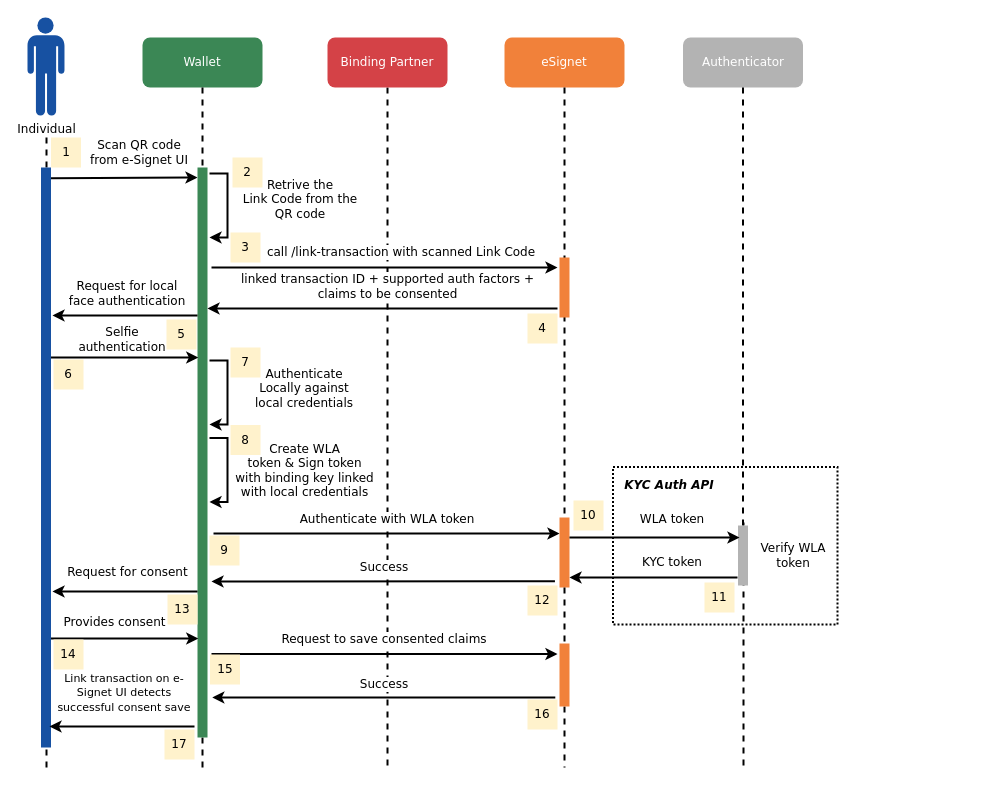
Before: page "wallet-authentication" (4 of 6) of docs/_files/activity-diagrams.drawio in mosip/documentation, a draw.io diagram. Source tidied: cells renumbered, new cells numbered last; positions are measured from the earlier drawing's top-left corner, leaving out a move shared by most shapes. Both pictures are drawn from the tidied source at 100%, with x=0, y=0 at pixel (27, 17).
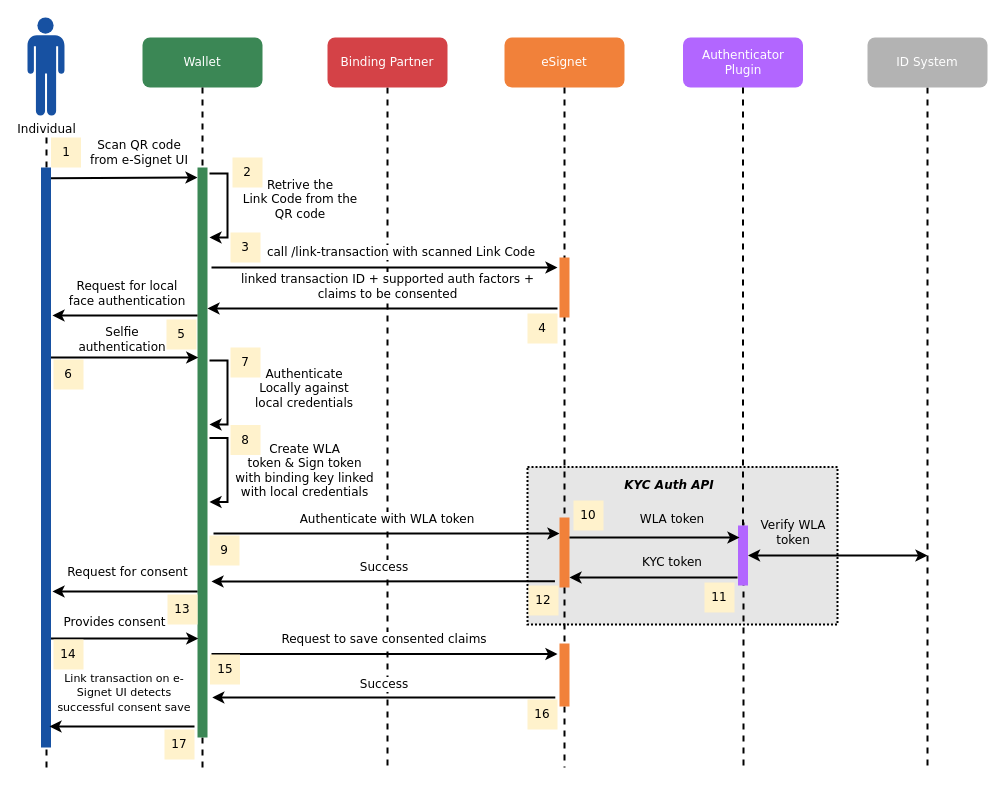
The same page after the edit.

Change to the diagram source:
```diff
@@
+    <mxCell id="7" value="&lt;font color=&quot;#ffffff&quot;&gt;Authenticator Plugin&lt;br&gt;&lt;/font&gt;" style="rounded=1;whiteSpace=wrap;html=1;fillColor=#B266FF;strokeColor=none;fontFamily=Verdana;gradientColor=none;" parent="1" vertex="1">
+      <mxGeometry x="655.5" y="20" width="120" height="50" as="geometry" />
+    </mxCell>
+    <mxCell id="74" style="rounded=0;whiteSpace=wrap;html=1;fontFamily=Verdana;fontColor=#000000;fillColor=#E6E6E6;dashed=1;strokeWidth=2;dashPattern=1 1;" parent="1" vertex="1">
+      <mxGeometry x="500" y="449.5" width="310" height="157.5" as="geometry" />
+    </mxCell>
@@
-    <mxCell id="7" value="&lt;font color=&quot;#ffffff&quot;&gt;Authenticator&lt;br&gt;&lt;/font&gt;" style="rounded=1;whiteSpace=wrap;html=1;fillColor=#B3B3B3;strokeColor=none;fontFamily=Verdana;gradientColor=none;" parent="1" vertex="1">
-      <mxGeometry x="655.5" y="20" width="120" height="50" as="geometry" />
-    </mxCell>
@@
+    <mxCell id="76" style="edgeStyle=orthogonalEdgeStyle;rounded=0;jettySize=auto;html=1;exitX=1;exitY=0.5;exitDx=0;exitDy=0;startArrow=classic;startFill=1;strokeWidth=2;" parent="1" edge="1" source="25">
+      <mxGeometry relative="1" as="geometry">
+        <mxPoint x="900" y="538" as="targetPoint" />
+      </mxGeometry>
+    </mxCell>
-    <mxCell id="25" style="rounded=0;whiteSpace=wrap;html=1;fontFamily=Verdana;fontColor=#FFFFFF;fillColor=#B3B3B3;strokeColor=none;" parent="1" vertex="1">
+    <mxCell id="25" style="rounded=0;whiteSpace=wrap;html=1;fontFamily=Verdana;fontColor=#FFFFFF;fillColor=#B266FF;strokeColor=none;" parent="1" vertex="1">
       <mxGeometry x="710.5" y="508" width="10" height="60" as="geometry" />
     </mxCell>
@@
     <mxCell id="66" value="12" style="text;html=1;strokeColor=none;fillColor=#fff2cc;align=center;verticalAlign=middle;whiteSpace=wrap;rounded=0;dashed=1;strokeWidth=2;fontFamily=Verdana;" parent="1" vertex="1">
-      <mxGeometry x="500" y="568" width="30" height="30" as="geometry" />
+      <mxGeometry x="501" y="568" width="30" height="30" as="geometry" />
     </mxCell>
@@
-    <mxCell id="74" style="rounded=0;whiteSpace=wrap;html=1;fontFamily=Verdana;fontColor=#000000;fillColor=none;dashed=1;strokeWidth=2;dashPattern=1 1;" parent="1" vertex="1">
-      <mxGeometry x="585.5" y="449.5" width="224.5" height="157.5" as="geometry" />
-    </mxCell>
     <mxCell id="75" value="&lt;font color=&quot;#000000&quot;&gt;Verify WLA token&lt;/font&gt;" style="text;html=1;strokeColor=none;fillColor=none;align=center;verticalAlign=middle;whiteSpace=wrap;rounded=0;fontFamily=Verdana;fontColor=#FFFFFF;" parent="1" vertex="1">
-      <mxGeometry x="720.5" y="523" width="90" height="30" as="geometry" />
+      <mxGeometry x="720.5" y="500" width="90" height="30" as="geometry" />
     </mxCell>
+    <mxCell id="77" style="edgeStyle=orthogonalEdgeStyle;rounded=0;jettySize=auto;html=1;dashed=1;strokeWidth=2;endArrow=none;endFill=0;" parent="1" edge="1" source="78">
+      <mxGeometry relative="1" as="geometry">
+        <mxPoint x="900" y="751.3" as="targetPoint" />
+      </mxGeometry>
+    </mxCell>
+    <mxCell id="78" value="&lt;font color=&quot;#ffffff&quot;&gt;ID System&lt;br&gt;&lt;/font&gt;" style="rounded=1;whiteSpace=wrap;html=1;fillColor=#B3B3B3;strokeColor=none;fontFamily=Verdana;gradientColor=none;" parent="1" vertex="1">
+      <mxGeometry x="840" y="20" width="120" height="50" as="geometry" />
+    </mxCell>
```
